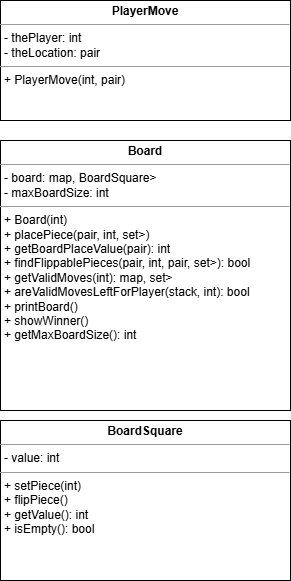
This is othello_classes.png from rkaganda/over_engineered_othello_redux, a draw.io export, as it was before one commit. Source tidied: cells renumbered, new cells last; positions are measured from the earlier drawing's top-left corner, leaving out a move shared by most shapes.
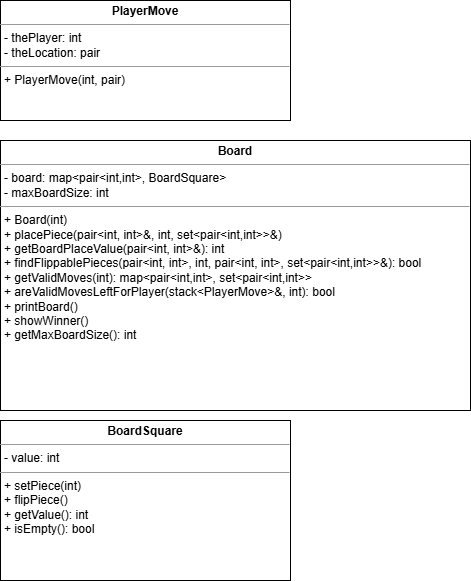
Above is the later version.

Diff of the diagram source:
```diff
@@ -8,8 +8,8 @@
     <mxCell id="3" value="&lt;p style=&quot;margin:0px;margin-top:4px;text-align:center;&quot;&gt;&lt;b&gt;BoardSquare&lt;/b&gt;&lt;/p&gt;&lt;hr size=&quot;1&quot;&gt;&lt;p style=&quot;margin:0px;margin-left:4px;&quot;&gt;- value: int&lt;/p&gt;&lt;hr size=&quot;1&quot;&gt;&lt;p style=&quot;margin:0px;margin-left:4px;&quot;&gt;+ setPiece(int)&lt;br&gt;+ flipPiece()&lt;br&gt;+ getValue(): int&lt;br&gt;+ isEmpty(): bool&lt;/p&gt;" style="verticalAlign=top;align=left;overflow=fill;fontSize=12;fontFamily=Helvetica;html=1;rounded=0;" parent="1" vertex="1">
       <mxGeometry y="420" width="290" height="160" as="geometry" />
     </mxCell>
-    <mxCell id="4" value="&lt;p style=&quot;margin:0px;margin-top:4px;text-align:center;&quot;&gt;&lt;b&gt;Board&lt;/b&gt;&lt;/p&gt;&lt;hr size=&quot;1&quot;&gt;&lt;p style=&quot;margin:0px;margin-left:4px;&quot;&gt;- board: map&lt;pair&lt;int, int&gt;, BoardSquare&gt;&lt;br&gt;- maxBoardSize: int&lt;/p&gt;&lt;hr size=&quot;1&quot;&gt;&lt;p style=&quot;margin:0px;margin-left:4px;&quot;&gt;+ Board(int)&lt;br&gt;+ placePiece(pair&lt;int, int&gt;, int, set&lt;pair&lt;int, int&gt;&gt;)&lt;br&gt;+ getBoardPlaceValue(pair&lt;int, int&gt;): int&lt;br&gt;+ findFlippablePieces(pair&lt;int, int&gt;, int, pair&lt;int, int&gt;, set&lt;pair&lt;int, int&gt;&gt;): bool&lt;br&gt;+ getValidMoves(int): map&lt;pair&lt;int, int&gt;, set&lt;pair&lt;int, int&gt;&gt;&lt;br&gt;+ areValidMovesLeftForPlayer(stack&lt;PlayerMove&gt;, int): bool&lt;br&gt;+ printBoard()&lt;br&gt;+ showWinner()&lt;br&gt;+ getMaxBoardSize(): int&lt;/p&gt;" style="verticalAlign=top;align=left;overflow=fill;fontSize=12;fontFamily=Helvetica;html=1;rounded=0;" parent="1" vertex="1">
-      <mxGeometry y="140" width="290" height="270" as="geometry" />
+    <mxCell id="4" value="&lt;p style=&quot;margin:0px;margin-top:4px;text-align:center;&quot;&gt;&lt;b&gt;Board&lt;/b&gt;&lt;/p&gt;&lt;hr size=&quot;1&quot;&gt;&lt;p style=&quot;margin:0px;margin-left:4px;&quot;&gt;- board: map&amp;lt;pair&amp;lt;int,int&amp;gt;, BoardSquare&amp;gt;&lt;br&gt;- maxBoardSize: int&lt;/p&gt;&lt;hr size=&quot;1&quot;&gt;&lt;p style=&quot;margin:0px;margin-left:4px;&quot;&gt;+ Board(int)&lt;br&gt;+ placePiece(pair&amp;lt;int, int&amp;gt;&amp;amp;, int, set&amp;lt;pair&amp;lt;int,int&amp;gt;&amp;gt;&amp;amp;)&lt;br&gt;+ getBoardPlaceValue(pair&amp;lt;int, int&amp;gt;&amp;amp;): int&lt;br&gt;+ findFlippablePieces(pair&amp;lt;int, int&amp;gt;, int, pair&amp;lt;int, int&amp;gt;, set&amp;lt;pair&amp;lt;int,int&amp;gt;&amp;gt;&amp;amp;): bool&lt;br&gt;+ getValidMoves(int): map&amp;lt;pair&amp;lt;int,int&amp;gt;, set&amp;lt;pair&amp;lt;int,int&amp;gt;&amp;gt;&lt;br&gt;+ areValidMovesLeftForPlayer(stack&amp;lt;PlayerMove&amp;gt;&amp;amp;, int): bool&lt;br&gt;+ printBoard()&lt;br&gt;+ showWinner()&lt;br&gt;+ getMaxBoardSize(): int&lt;/p&gt;" style="verticalAlign=top;align=left;overflow=fill;fontSize=12;fontFamily=Helvetica;html=1;rounded=0;" parent="1" vertex="1">
+      <mxGeometry y="140" width="470" height="270" as="geometry" />
     </mxCell>
   </root>
 </mxGraphModel>
```
